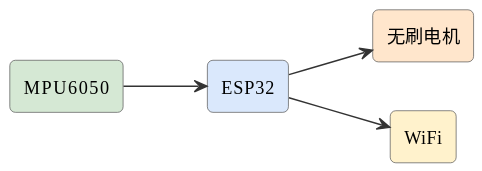
Before: assets/diagrams/ideas-fig93.svg, a diagram exported from PlantUML (mingyi0818/IntelligentMcuCourse).
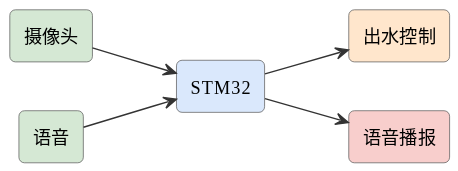
The same file after the commit.

Change to the diagram source:
```diff
@@ -6,11 +6,13 @@
 skinparam arrowFontSize 11
 skinparam arrowColor #333
 left to right direction
-rectangle "MPU6050" as imu #d5e8d4
-rectangle "ESP32" as esp #dae8fc
-rectangle "无刷电机" as motor #ffe6cc
-rectangle "WiFi" as wifi #fff2cc
-imu --> esp
-esp --> motor
-esp --> wifi
+rectangle "摄像头" as cam #d5e8d4
+rectangle "语音" as mic #d5e8d4
+rectangle "STM32" as stm #dae8fc
+rectangle "出水控制" as valve #ffe6cc
+rectangle "语音播报" as spk #f8cecc
+cam --> stm
+mic --> stm
+stm --> valve
+stm --> spk
 @enduml
```
